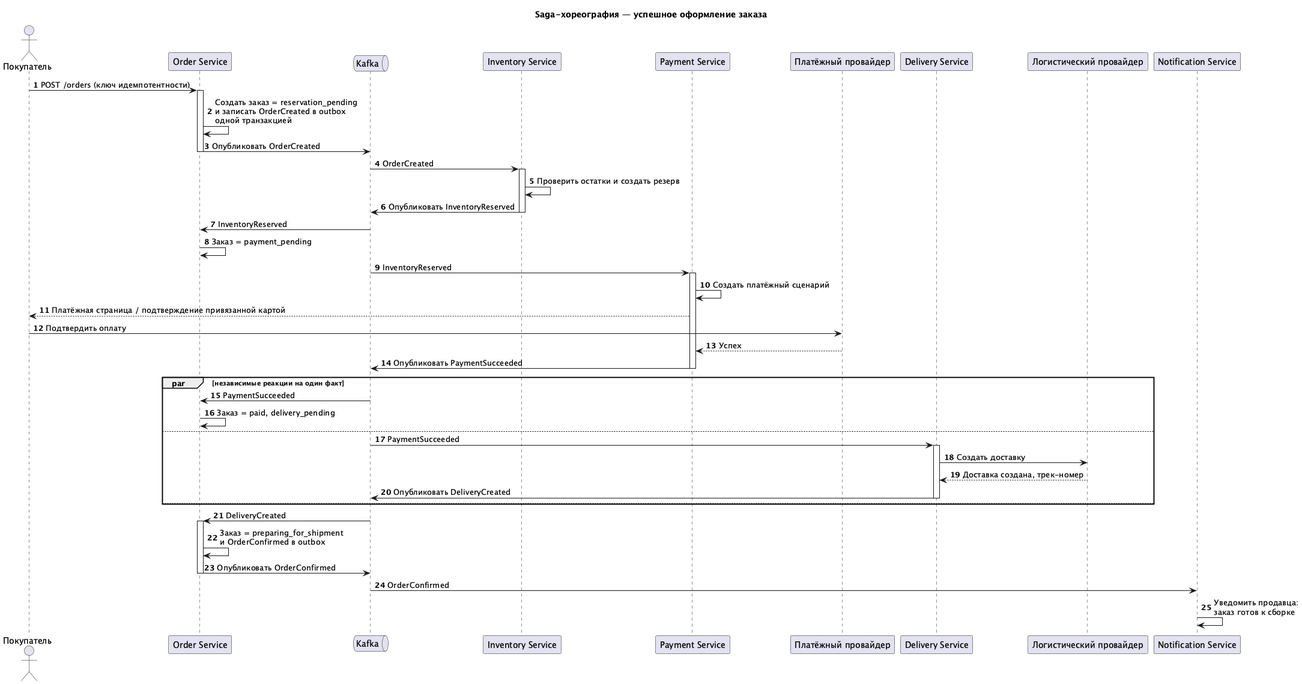
Above: Task1/saga-success.png in FFinn/MSA-3-NovaMarket-v1 (PlantUML), before the change.
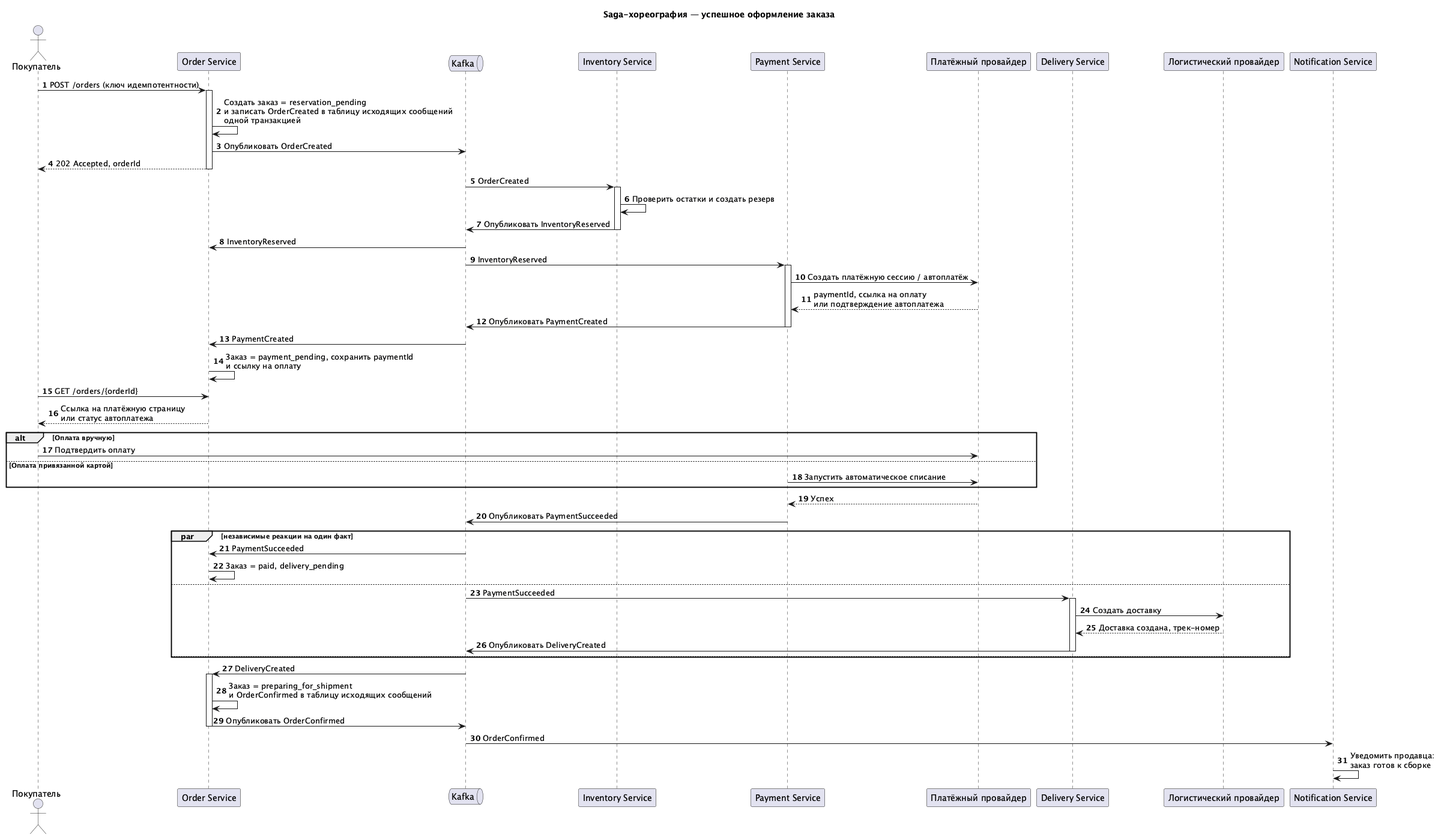
After the change.

Diff of the diagram source:
```diff
@@ -13,8 +13,9 @@
 
 B -> O: POST /orders (ключ идемпотентности)
 activate O
-O -> O: Создать заказ = reservation_pending\nи записать OrderCreated в outbox\nодной транзакцией
+O -> O: Создать заказ = reservation_pending\nи записать OrderCreated в таблицу исходящих сообщений\nодной транзакцией
 O -> K: Опубликовать OrderCreated
+O --> B: 202 Accepted, orderId
 deactivate O
 K -> I: OrderCreated
 activate I
@@ -22,12 +23,22 @@
 I -> K: Опубликовать InventoryReserved
 deactivate I
 K -> O: InventoryReserved
-O -> O: Заказ = payment_pending
 K -> P: InventoryReserved
 activate P
-P -> P: Создать платёжный сценарий
-P --> B: Платёжная страница / подтверждение привязанной картой
-B -> PP: Подтвердить оплату
+P -> PP: Создать платёжную сессию / автоплатёж
+PP --> P: paymentId, ссылка на оплату\nили подтверждение автоплатежа
+P -> K: Опубликовать PaymentCreated
+deactivate P
+K -> O: PaymentCreated
+O -> O: Заказ = payment_pending, сохранить paymentId\nи ссылку на оплату
+B -> O: GET /orders/{orderId}
+O --> B: Ссылка на платёжную страницу\nили статус автоплатежа
+alt Оплата вручную
+  B -> PP: Подтвердить оплату
+else Оплата привязанной картой
+  P -> PP: Запустить автоматическое списание
+end
+activate P
 PP --> P: Успех
 P -> K: Опубликовать PaymentSucceeded
 deactivate P
@@ -46,7 +57,7 @@
 end
 K -> O: DeliveryCreated
 activate O
-O -> O: Заказ = preparing_for_shipment\nи OrderConfirmed в outbox
+O -> O: Заказ = preparing_for_shipment\nи OrderConfirmed в таблицу исходящих сообщений
 O -> K: Опубликовать OrderConfirmed
 deactivate O
 K -> N: OrderConfirmed
```
